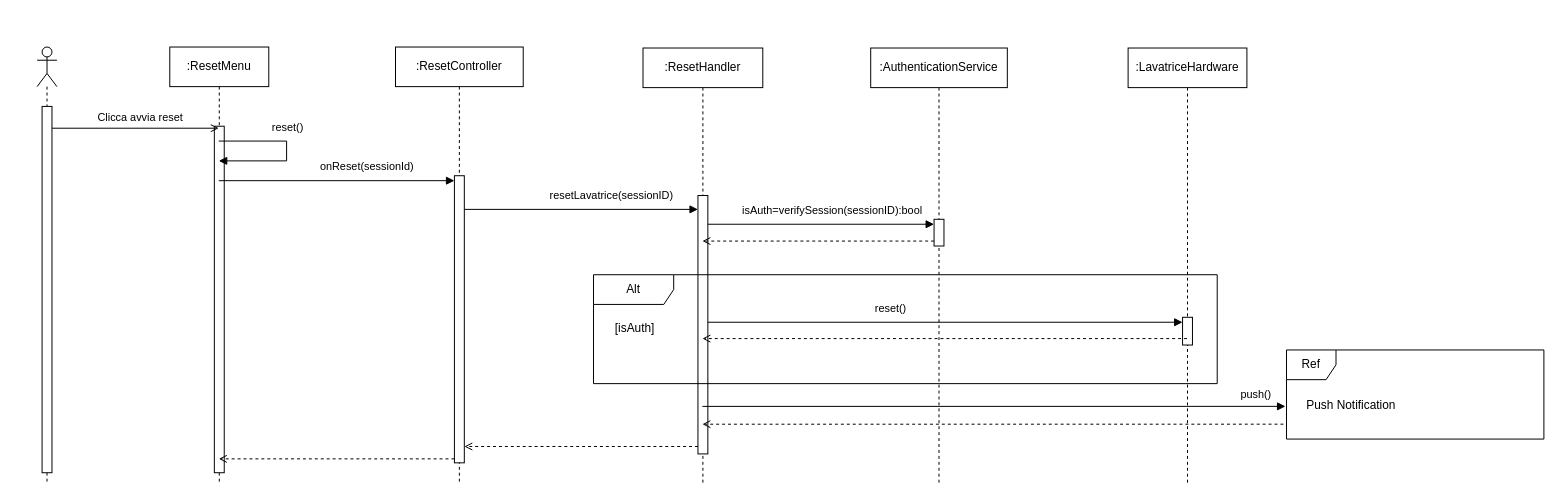
Before: content/seq/seqReset.drawio in uni-aca100/ing-proj, a draw.io diagram. Source tidied: cells renumbered, new cells numbered last; positions are measured from the earlier drawing's top-left corner, leaving out a move shared by most shapes. Both pictures are drawn from the tidied source at 99%, with x=0, y=0 at pixel (37, 47).
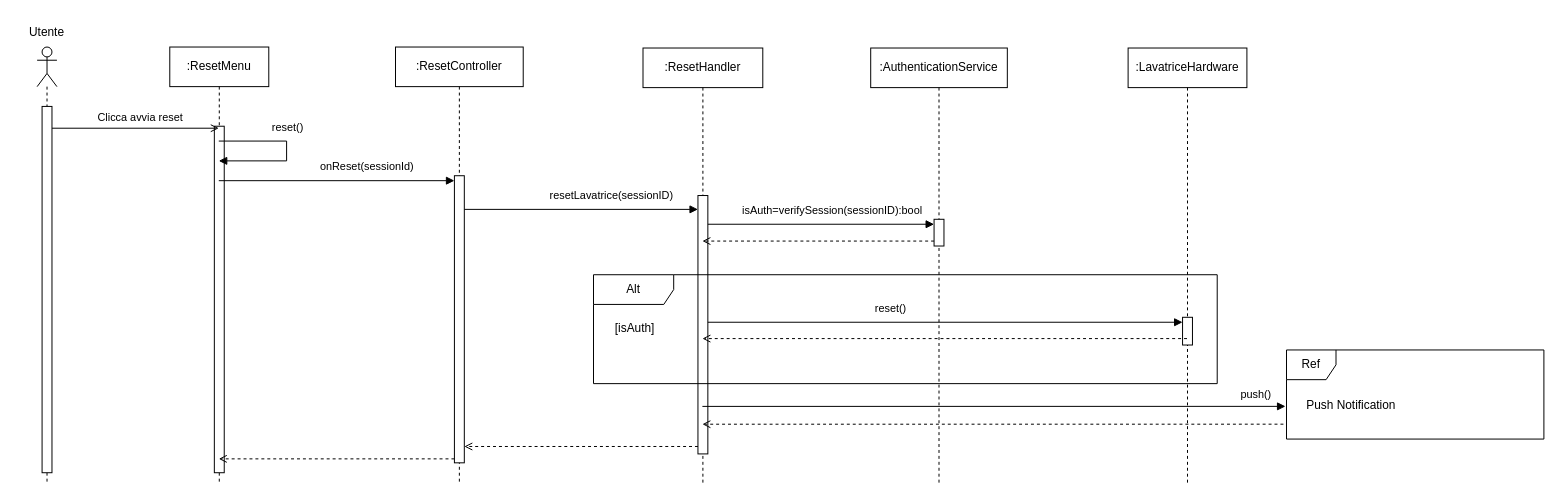
After the change.

The edit, as a diff of the source:
```diff
@@
+    <mxCell id="37" value="Utente" style="text;html=1;whiteSpace=wrap;strokeColor=none;fillColor=none;align=center;verticalAlign=middle;rounded=0;" parent="1" vertex="1">
+      <mxGeometry x="-20" y="-30" width="60" height="30" as="geometry" />
+    </mxCell>
```
